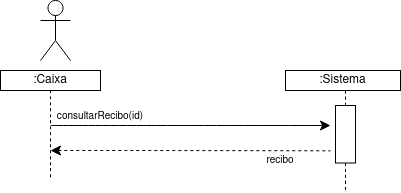
The draw.io diagram Documentation/Iteration01/diagramas/uc15.png in compaqle/fsoft2026_1DB_3, before a commit. Source tidied: cells renumbered, new cells last; positions are measured from the earlier drawing's top-left corner, leaving out a move shared by most shapes.
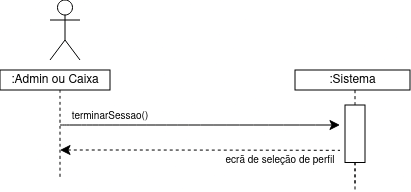
After the commit.

The edit, as a diff of the source:
```diff
@@ -8,7 +8,7 @@
         <mxPoint x="330" y="125" as="targetPoint" />
       </mxGeometry>
     </mxCell>
-    <mxCell id="3" value="&lt;font style=&quot;font-size: 10px;&quot;&gt;consultarRecibo(id)&lt;/font&gt;" style="text;html=1;whiteSpace=wrap;strokeColor=none;fillColor=none;align=center;verticalAlign=middle;rounded=0;fontSize=16;" parent="1" vertex="1">
+    <mxCell id="3" value="&lt;font style=&quot;font-size: 10px;&quot;&gt;terminarSessao()&lt;/font&gt;" style="text;html=1;whiteSpace=wrap;strokeColor=none;fillColor=none;align=center;verticalAlign=middle;rounded=0;fontSize=16;" parent="1" vertex="1">
       <mxGeometry x="20" y="100" width="160" height="30" as="geometry" />
     </mxCell>
     <mxCell id="4" style="edgeStyle=none;curved=1;rounded=0;orthogonalLoop=1;jettySize=auto;html=1;fontSize=12;startSize=8;endSize=8;startArrow=classic;startFill=1;endArrow=none;endFill=0;dashed=1;" parent="1" edge="1">
@@ -39,7 +39,7 @@
         <mxPoint x="50" y="180" as="targetPoint" />
       </mxGeometry>
     </mxCell>
-    <mxCell id="9" style="shape=umlActor;verticalLabelPosition=bottom;verticalAlign=top;html=1;" parent="1" vertex="1">
+    <mxCell id="9" value="&lt;br&gt;&lt;div&gt;&lt;br&gt;&lt;/div&gt;" style="shape=umlActor;verticalLabelPosition=bottom;verticalAlign=top;html=1;" parent="1" vertex="1">
       <mxGeometry x="40" width="30" height="60" as="geometry" />
     </mxCell>
     <mxCell id="10" style="edgeStyle=none;jettySize=auto;html=1;rounded=0;fontSize=12;startSize=8;endSize=8;curved=1;endArrow=none;endFill=0;dashed=1;exitX=1;exitY=0.5;exitDx=0;exitDy=0;" parent="1" edge="1" source="7">
@@ -47,14 +47,14 @@
         <mxPoint x="345" y="190" as="targetPoint" />
       </mxGeometry>
     </mxCell>
-    <mxCell id="11" value="&lt;font style=&quot;font-size: 10px;&quot;&gt;recibo&lt;/font&gt;" style="text;html=1;whiteSpace=wrap;strokeColor=none;fillColor=none;align=center;verticalAlign=middle;rounded=0;fontSize=16;" parent="1" vertex="1">
-      <mxGeometry x="230" y="143.8" width="100" height="30" as="geometry" />
+    <mxCell id="11" value="&lt;font style=&quot;font-size: 10px;&quot;&gt;ecrã de seleção de perfil&lt;/font&gt;" style="text;html=1;whiteSpace=wrap;strokeColor=none;fillColor=none;align=center;verticalAlign=middle;rounded=0;fontSize=16;" parent="1" vertex="1">
+      <mxGeometry x="210" y="143.8" width="120" height="30" as="geometry" />
     </mxCell>
     <mxCell id="12" value=":Sistema" style="rounded=0;whiteSpace=wrap;html=1;" parent="1" vertex="1">
       <mxGeometry x="285" y="70" width="115" height="20" as="geometry" />
     </mxCell>
-    <mxCell id="13" value=":Caixa" style="rounded=0;whiteSpace=wrap;html=1;" parent="1" vertex="1">
-      <mxGeometry y="70" width="100" height="20" as="geometry" />
-    </mxCell>
+    <mxCell id="14" value=":Admin ou Caixa" style="rounded=0;whiteSpace=wrap;html=1;" parent="1" vertex="1">
+      <mxGeometry x="-10" y="70" width="110" height="20" as="geometry" />
+    </mxCell>
   </root>
 </mxGraphModel>
```
